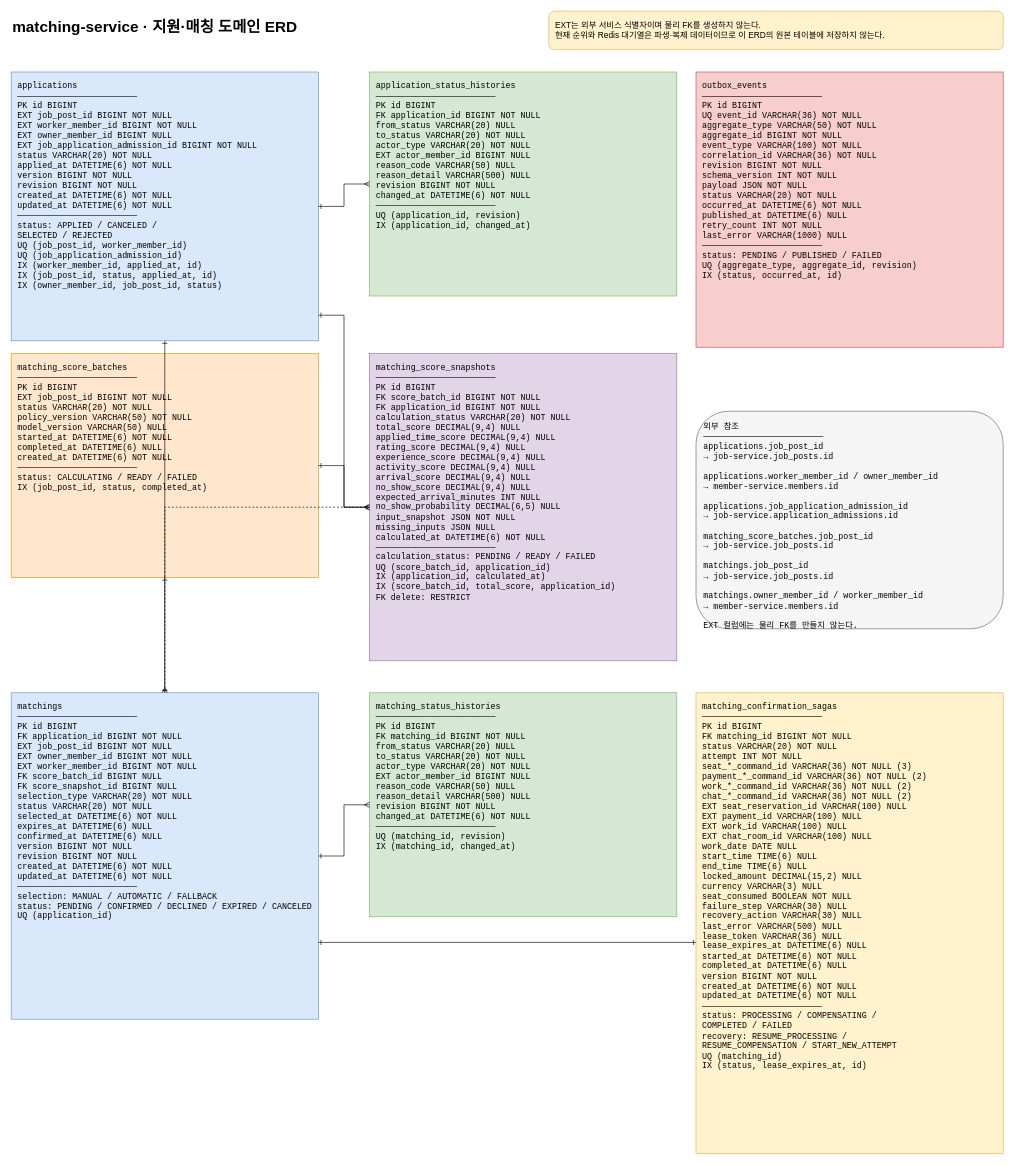
Before: docs/architecture/matching-application-erd.drawio in 404-Worker-Not-Found/BE, a draw.io diagram. Source tidied: cells renumbered, new cells numbered last; positions are measured from the earlier drawing's top-left corner, leaving out a move shared by most shapes. Both pictures are drawn from the tidied source at 64%, with x=0, y=0 at pixel (11, 11).
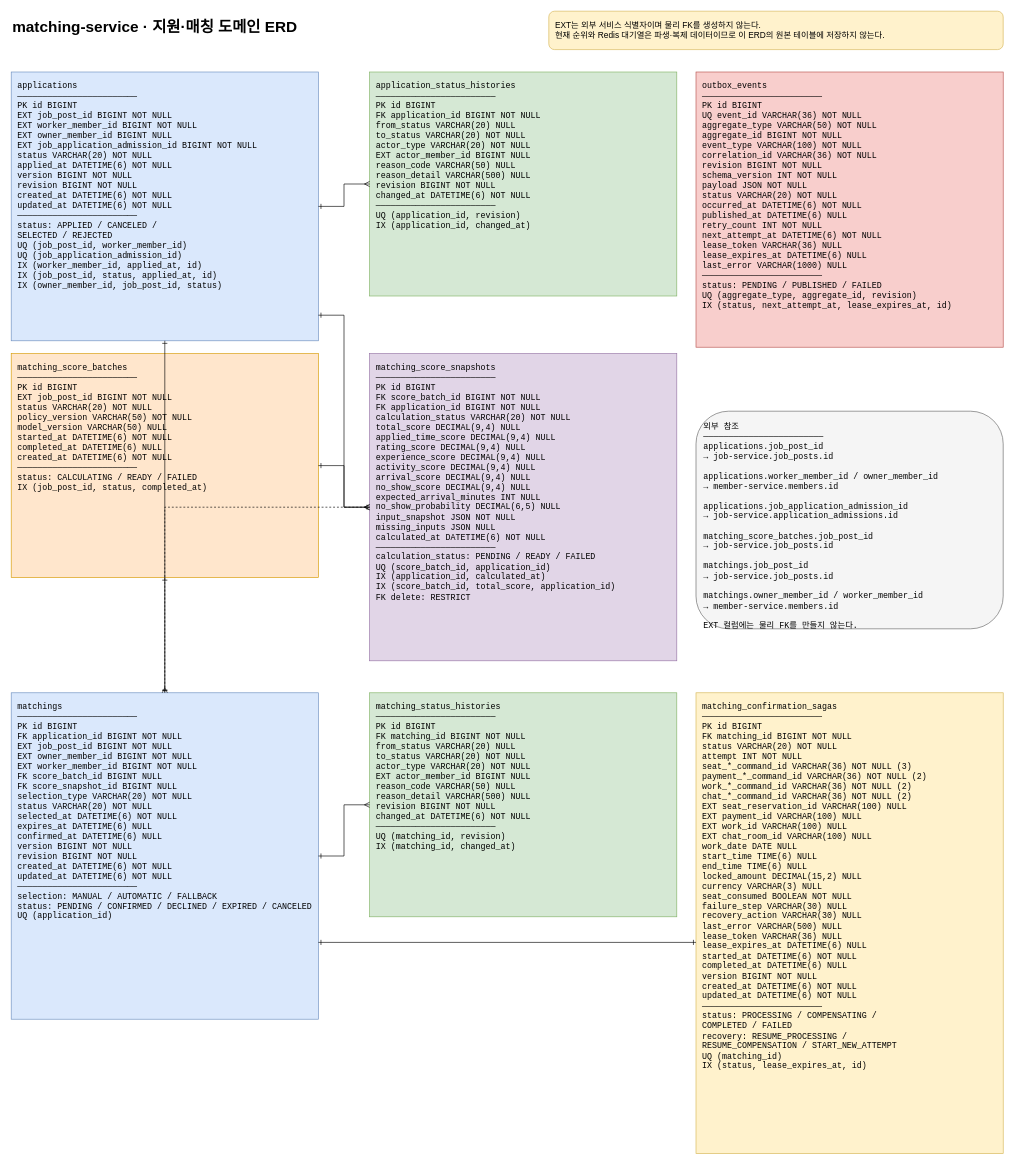
The same diagram, later.

Commit message (it also covers changes not shown here):
docs: Outbox 전달 계약 기록

What changed in the source:
```diff
@@
-    <mxCell id="8" value="outbox_events&#10;────────────────────────&#10;PK  id BIGINT&#10;UQ  event_id VARCHAR(36) NOT NULL&#10;    aggregate_type VARCHAR(50) NOT NULL&#10;    aggregate_id BIGINT NOT NULL&#10;    event_type VARCHAR(100) NOT NULL&#10;    correlation_id VARCHAR(36) NOT NULL&#10;    revision BIGINT NOT NULL&#10;    schema_version INT NOT NULL&#10;    payload JSON NOT NULL&#10;    status VARCHAR(20) NOT NULL&#10;    occurred_at DATETIME(6) NOT NULL&#10;    published_at DATETIME(6) NULL&#10;    retry_count INT NOT NULL&#10;    last_error VARCHAR(1000) NULL&#10;────────────────────────&#10;status: PENDING / PUBLISHED / FAILED&#10;UQ (aggregate_type, aggregate_id, revision)&#10;IX (status, occurred_at, id)" style="rounded=0;whiteSpace=wrap;html=1;fillColor=#f8cecc;strokeColor=#b85450;align=left;verticalAlign=top;spacing=10;fontFamily=Courier New;fontSize=13;" parent="1" vertex="1">
+    <mxCell id="8" value="outbox_events&#10;────────────────────────&#10;PK  id BIGINT&#10;UQ  event_id VARCHAR(36) NOT NULL&#10;    aggregate_type VARCHAR(50) NOT NULL&#10;    aggregate_id BIGINT NOT NULL&#10;    event_type VARCHAR(100) NOT NULL&#10;    correlation_id VARCHAR(36) NOT NULL&#10;    revision BIGINT NOT NULL&#10;    schema_version INT NOT NULL&#10;    payload JSON NOT NULL&#10;    status VARCHAR(20) NOT NULL&#10;    occurred_at DATETIME(6) NOT NULL&#10;    published_at DATETIME(6) NULL&#10;    retry_count INT NOT NULL&#10;    next_attempt_at DATETIME(6) NOT NULL&#10;    lease_token VARCHAR(36) NULL&#10;    lease_expires_at DATETIME(6) NULL&#10;    last_error VARCHAR(1000) NULL&#10;────────────────────────&#10;status: PENDING / PUBLISHED / FAILED&#10;UQ (aggregate_type, aggregate_id, revision)&#10;IX (status, next_attempt_at, lease_expires_at, id)" style="rounded=0;whiteSpace=wrap;html=1;fillColor=#f8cecc;strokeColor=#b85450;align=left;verticalAlign=top;spacing=10;fontFamily=Courier New;fontSize=13;" parent="1" vertex="1">
       <mxGeometry x="1070" y="95" width="480" height="430" as="geometry" />
     </mxCell>
```
